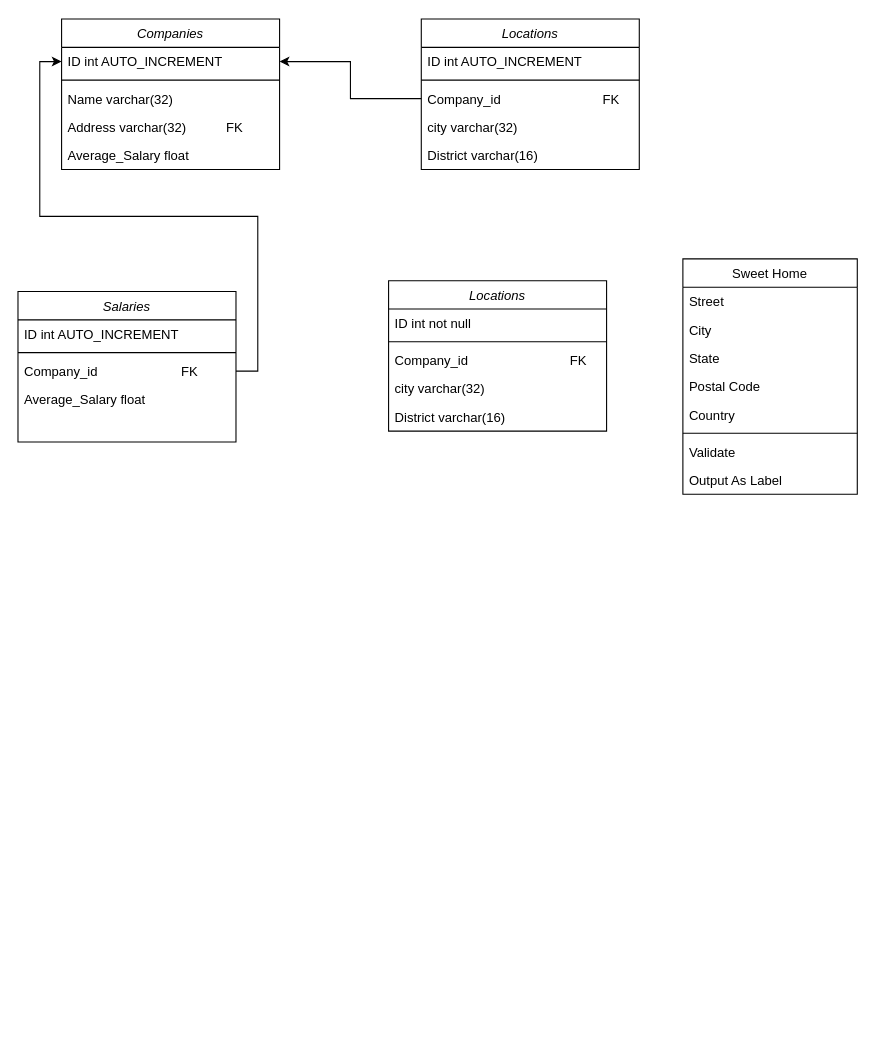
Before: Home Sweet Home.drawio in Jubin-Kang/eda_team_project_hsh, a draw.io diagram. Source tidied: cells renumbered, new cells numbered last; positions are measured from the earlier drawing's top-left corner, leaving out a move shared by most shapes. Both pictures are drawn from the tidied source at 109%, with x=0, y=0 at pixel (17, 19).
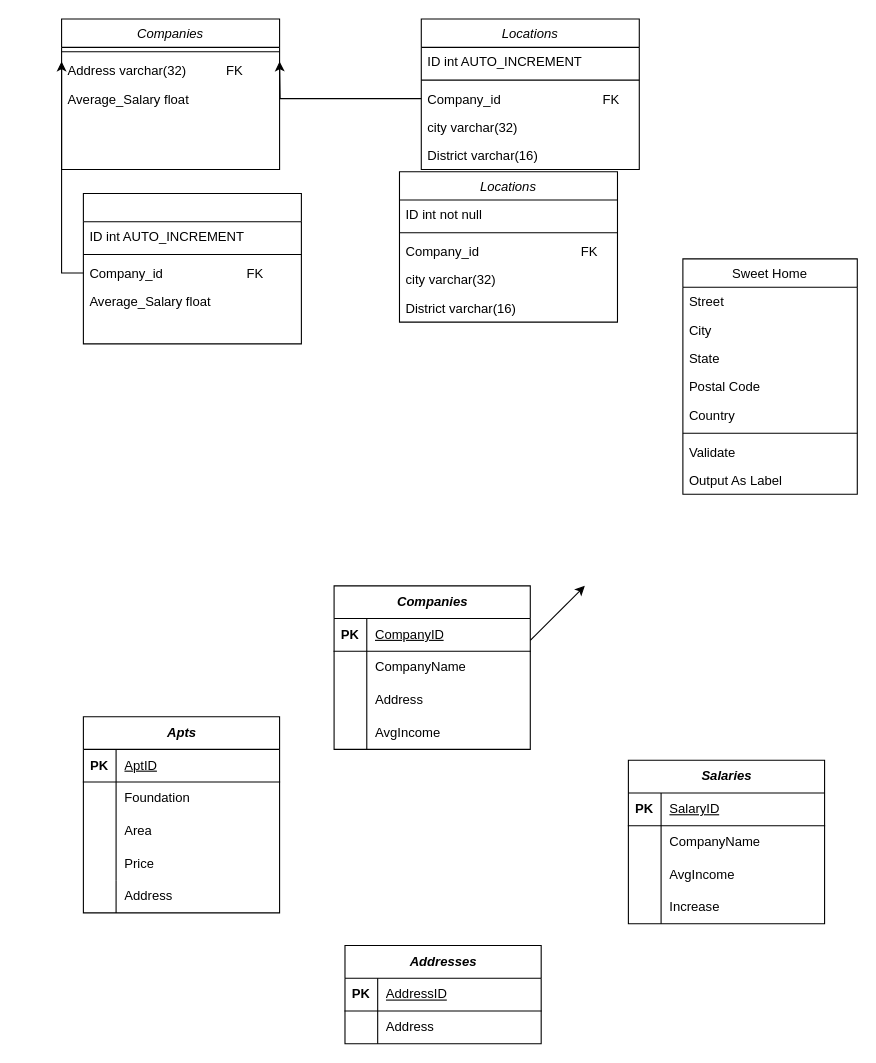
The same diagram, later.

The change refers to these unchanged cells:
```xml
<mxCell id="2" value="Companies" style="swimlane;fontStyle=2;align=center;verticalAlign=top;horizontal=1;startSize=26;rounded=0;shadow=0;strokeWidth=1;flipH=0;" parent="1" vertex="1">
  <mxGeometry x="40" width="200" height="138" as="geometry" />
</mxCell>
<mxCell id="20" value="Company_id                            FK" style="text;align=left;verticalAlign=top;spacingLeft=4;spacingRight=4;overflow=hidden;points=[[0,0.5],[1,0.5]];portConstraint=eastwest;rounded=0;shadow=0;html=0;flipH=0;" parent="17" vertex="1">
  <mxGeometry y="60" width="200" height="26" as="geometry" />
</mxCell>
<mxCell id="26" value="Company_id                       FK" style="text;align=left;verticalAlign=top;spacingLeft=4;spacingRight=4;overflow=hidden;points=[[0,0.5],[1,0.5]];portConstraint=eastwest;rounded=0;shadow=0;html=0;flipH=0;" parent="23" vertex="1">
  <mxGeometry y="60" width="200" height="26" as="geometry" />
</mxCell>
```

Diff of the diagram source:
```diff
@@
-    <mxCell id="3" value="ID int AUTO_INCREMENT" style="text;align=left;verticalAlign=top;spacingLeft=4;spacingRight=4;overflow=hidden;points=[[0,0.5],[1,0.5]];portConstraint=eastwest;" parent="2" vertex="1">
-      <mxGeometry y="26" width="200" height="26" as="geometry" />
-    </mxCell>
     <mxCell id="4" style="line;html=1;strokeWidth=1;align=left;verticalAlign=middle;spacingTop=-1;spacingLeft=3;spacingRight=3;labelPosition=right;" parent="2" vertex="1">
-      <mxGeometry y="52" width="200" height="8" as="geometry" />
+      <mxGeometry y="26" width="200" height="8" as="geometry" />
     </mxCell>
-    <mxCell id="5" value="Name varchar(32)" style="text;align=left;verticalAlign=top;spacingLeft=4;spacingRight=4;overflow=hidden;rounded=0;shadow=0;html=0;flipH=0;" parent="2" vertex="1">
-      <mxGeometry y="60" width="200" height="26" as="geometry" />
-    </mxCell>
     <mxCell id="6" value="Address varchar(32)           FK" style="text;align=left;verticalAlign=top;spacingLeft=4;spacingRight=4;overflow=hidden;rounded=0;shadow=0;html=0;" parent="2" vertex="1">
-      <mxGeometry y="86" width="200" height="26" as="geometry" />
+      <mxGeometry y="34" width="200" height="26" as="geometry" />
     </mxCell>
     <mxCell id="7" value="Average_Salary float" style="text;align=left;verticalAlign=top;spacingLeft=4;spacingRight=4;overflow=hidden;" parent="2" vertex="1">
-      <mxGeometry y="112" width="200" height="26" as="geometry" />
+      <mxGeometry y="60" width="200" height="26" as="geometry" />
     </mxCell>
@@
-    <mxCell id="23" value="Salaries" style="swimlane;fontStyle=2;align=center;verticalAlign=top;horizontal=1;startSize=26;rounded=0;shadow=0;strokeWidth=1;flipH=0;" parent="1" vertex="1">
-      <mxGeometry y="250" width="200" height="138" as="geometry" />
+    <mxCell id="23" style="swimlane;fontStyle=2;align=center;verticalAlign=top;horizontal=1;startSize=26;rounded=0;shadow=0;strokeWidth=1;flipH=0;" parent="1" vertex="1">
+      <mxGeometry x="60" y="160" width="200" height="138" as="geometry" />
     </mxCell>
@@
-    <mxCell id="28" style="edgeStyle=orthogonalEdgeStyle;rounded=0;jettySize=auto;html=1;entryX=0;entryY=0.5;entryDx=0;entryDy=0;" parent="1" edge="1" source="26" target="3">
-      <mxGeometry relative="1" as="geometry" />
+    <mxCell id="28" style="edgeStyle=orthogonalEdgeStyle;rounded=0;jettySize=auto;html=1;entryX=0;entryY=0.5;entryDx=0;entryDy=0;" parent="1" edge="1" source="26">
+      <mxGeometry relative="1" as="geometry">
+        <mxPoint x="40" y="39" as="targetPoint" />
+      </mxGeometry>
     </mxCell>
-    <mxCell id="29" style="edgeStyle=orthogonalEdgeStyle;rounded=0;jettySize=auto;html=1;entryX=1;entryY=0.5;entryDx=0;entryDy=0;" parent="1" edge="1" source="20" target="3">
-      <mxGeometry relative="1" as="geometry" />
+    <mxCell id="29" style="edgeStyle=orthogonalEdgeStyle;rounded=0;jettySize=auto;html=1;entryX=1;entryY=0.5;entryDx=0;entryDy=0;" parent="1" edge="1" source="20">
+      <mxGeometry relative="1" as="geometry">
+        <mxPoint x="240" y="39" as="targetPoint" />
+      </mxGeometry>
     </mxCell>
     <mxCell id="30" value="Locations" style="swimlane;fontStyle=2;align=center;verticalAlign=top;horizontal=1;startSize=26;rounded=0;shadow=0;strokeWidth=1;flipH=0;" parent="1" vertex="1">
-      <mxGeometry x="340" y="240" width="200" height="138" as="geometry" />
+      <mxGeometry x="350" y="140" width="200" height="138" as="geometry" />
     </mxCell>
@@
+    <mxCell id="36" value="&lt;span style=&quot;font-style: italic;&quot;&gt;Companies&lt;/span&gt;" style="shape=table;startSize=30;childLayout=tableLayout;rowLines=0;fontStyle=1;align=center;html=1;" parent="1" vertex="1">
+      <mxGeometry x="290" y="520" width="180" height="150" as="geometry" />
+    </mxCell>
+    <mxCell id="37" style="shape=tableRow;horizontal=0;startSize=0;swimlaneHead=0;swimlaneBody=0;fillColor=none;top=0;left=0;right=0;bottom=1;" parent="36" vertex="1">
+      <mxGeometry y="30" width="180" height="30" as="geometry" />
+    </mxCell>
+    <mxCell id="38" value="PK" style="shape=partialRectangle;fillColor=none;top=0;left=0;bottom=0;right=0;fontStyle=1;overflow=hidden;whiteSpace=wrap;html=1;" parent="37" vertex="1">
+      <mxGeometry width="30" height="30" as="geometry" />
+    </mxCell>
+    <mxCell id="39" value="&lt;span style=&quot;font-weight: 400; text-wrap-mode: nowrap;&quot;&gt;CompanyID&lt;/span&gt;" style="shape=partialRectangle;fillColor=none;top=0;left=0;bottom=0;right=0;align=left;spacingLeft=6;fontStyle=5;overflow=hidden;whiteSpace=wrap;html=1;" parent="37" vertex="1">
+      <mxGeometry x="30" width="150" height="30" as="geometry" />
+    </mxCell>
+    <mxCell id="40" style="shape=tableRow;horizontal=0;startSize=0;swimlaneHead=0;swimlaneBody=0;fillColor=none;top=0;left=0;right=0;bottom=0;" parent="36" vertex="1">
+      <mxGeometry y="60" width="180" height="30" as="geometry" />
+    </mxCell>
+    <mxCell id="41" style="shape=partialRectangle;fillColor=none;top=0;left=0;bottom=0;right=0;overflow=hidden;whiteSpace=wrap;html=1;" parent="40" vertex="1">
+      <mxGeometry width="30" height="30" as="geometry" />
+    </mxCell>
+    <mxCell id="42" value="&lt;span style=&quot;text-wrap-mode: nowrap;&quot;&gt;CompanyName&lt;/span&gt;" style="shape=partialRectangle;fillColor=none;top=0;left=0;bottom=0;right=0;align=left;spacingLeft=6;overflow=hidden;whiteSpace=wrap;html=1;" parent="40" vertex="1">
+      <mxGeometry x="30" width="150" height="30" as="geometry" />
+    </mxCell>
+    <mxCell id="43" style="shape=tableRow;horizontal=0;startSize=0;swimlaneHead=0;swimlaneBody=0;fillColor=none;top=0;left=0;right=0;bottom=0;" parent="36" vertex="1">
+      <mxGeometry y="90" width="180" height="30" as="geometry" />
+    </mxCell>
+    <mxCell id="44" style="shape=partialRectangle;fillColor=none;top=0;left=0;bottom=0;right=0;overflow=hidden;whiteSpace=wrap;html=1;" parent="43" vertex="1">
+      <mxGeometry width="30" height="30" as="geometry" />
+    </mxCell>
+    <mxCell id="45" value="&lt;span style=&quot;text-wrap-mode: nowrap;&quot;&gt;Address&lt;/span&gt;" style="shape=partialRectangle;fillColor=none;top=0;left=0;bottom=0;right=0;align=left;spacingLeft=6;overflow=hidden;whiteSpace=wrap;html=1;" parent="43" vertex="1">
+      <mxGeometry x="30" width="150" height="30" as="geometry" />
+    </mxCell>
+    <mxCell id="46" style="shape=tableRow;horizontal=0;startSize=0;swimlaneHead=0;swimlaneBody=0;fillColor=none;top=0;left=0;right=0;bottom=0;" parent="36" vertex="1">
+      <mxGeometry y="120" width="180" height="30" as="geometry" />
+    </mxCell>
+    <mxCell id="47" style="shape=partialRectangle;fillColor=none;top=0;left=0;bottom=0;right=0;overflow=hidden;whiteSpace=wrap;html=1;" parent="46" vertex="1">
+      <mxGeometry width="30" height="30" as="geometry" />
+    </mxCell>
+    <mxCell id="48" value="AvgIncome&amp;nbsp;" style="shape=partialRectangle;fillColor=none;top=0;left=0;bottom=0;right=0;align=left;spacingLeft=6;overflow=hidden;whiteSpace=wrap;html=1;" parent="46" vertex="1">
+      <mxGeometry x="30" width="150" height="30" as="geometry" />
+    </mxCell>
+    <mxCell id="49" value="&lt;span style=&quot;font-style: italic;&quot;&gt;Salaries&lt;/span&gt;" style="shape=table;startSize=30;childLayout=tableLayout;rowLines=0;fontStyle=1;align=center;html=1;" parent="1" vertex="1">
+      <mxGeometry x="560" y="680" width="180" height="150" as="geometry" />
+    </mxCell>
+    <mxCell id="50" style="shape=tableRow;horizontal=0;startSize=0;swimlaneHead=0;swimlaneBody=0;fillColor=none;top=0;left=0;right=0;bottom=1;" parent="49" vertex="1">
+      <mxGeometry y="30" width="180" height="30" as="geometry" />
+    </mxCell>
+    <mxCell id="51" value="PK" style="shape=partialRectangle;fillColor=none;top=0;left=0;bottom=0;right=0;fontStyle=1;overflow=hidden;whiteSpace=wrap;html=1;" parent="50" vertex="1">
+      <mxGeometry width="30" height="30" as="geometry" />
+    </mxCell>
+    <mxCell id="52" value="&lt;span style=&quot;font-weight: 400; text-wrap-mode: nowrap;&quot;&gt;SalaryID&lt;/span&gt;" style="shape=partialRectangle;fillColor=none;top=0;left=0;bottom=0;right=0;align=left;spacingLeft=6;fontStyle=5;overflow=hidden;whiteSpace=wrap;html=1;" parent="50" vertex="1">
+      <mxGeometry x="30" width="150" height="30" as="geometry" />
+    </mxCell>
+    <mxCell id="53" style="shape=tableRow;horizontal=0;startSize=0;swimlaneHead=0;swimlaneBody=0;fillColor=none;top=0;left=0;right=0;bottom=0;" parent="49" vertex="1">
+      <mxGeometry y="60" width="180" height="30" as="geometry" />
+    </mxCell>
+    <mxCell id="54" style="shape=partialRectangle;fillColor=none;top=0;left=0;bottom=0;right=0;overflow=hidden;whiteSpace=wrap;html=1;" parent="53" vertex="1">
+      <mxGeometry width="30" height="30" as="geometry" />
+    </mxCell>
+    <mxCell id="55" value="&lt;span style=&quot;text-wrap-mode: nowrap;&quot;&gt;CompanyName&lt;/span&gt;" style="shape=partialRectangle;fillColor=none;top=0;left=0;bottom=0;right=0;align=left;spacingLeft=6;overflow=hidden;whiteSpace=wrap;html=1;" parent="53" vertex="1">
+      <mxGeometry x="30" width="150" height="30" as="geometry" />
+    </mxCell>
+    <mxCell id="56" style="shape=tableRow;horizontal=0;startSize=0;swimlaneHead=0;swimlaneBody=0;fillColor=none;top=0;left=0;right=0;bottom=0;" parent="49" vertex="1">
+      <mxGeometry y="90" width="180" height="30" as="geometry" />
+    </mxCell>
+    <mxCell id="57" style="shape=partialRectangle;fillColor=none;top=0;left=0;bottom=0;right=0;overflow=hidden;whiteSpace=wrap;html=1;" parent="56" vertex="1">
+      <mxGeometry width="30" height="30" as="geometry" />
+    </mxCell>
+    <mxCell id="58" value="AvgIncome&amp;nbsp;" style="shape=partialRectangle;fillColor=none;top=0;left=0;bottom=0;right=0;align=left;spacingLeft=6;overflow=hidden;whiteSpace=wrap;html=1;" parent="56" vertex="1">
+      <mxGeometry x="30" width="150" height="30" as="geometry" />
+    </mxCell>
+    <mxCell id="59" style="shape=tableRow;horizontal=0;startSize=0;swimlaneHead=0;swimlaneBody=0;fillColor=none;top=0;left=0;right=0;bottom=0;" parent="49" vertex="1">
+      <mxGeometry y="120" width="180" height="30" as="geometry" />
+    </mxCell>
+    <mxCell id="60" style="shape=partialRectangle;fillColor=none;top=0;left=0;bottom=0;right=0;overflow=hidden;whiteSpace=wrap;html=1;" parent="59" vertex="1">
+      <mxGeometry width="30" height="30" as="geometry" />
+    </mxCell>
+    <mxCell id="61" value="Increase" style="shape=partialRectangle;fillColor=none;top=0;left=0;bottom=0;right=0;align=left;spacingLeft=6;overflow=hidden;whiteSpace=wrap;html=1;" parent="59" vertex="1">
+      <mxGeometry x="30" width="150" height="30" as="geometry" />
+    </mxCell>
+    <mxCell id="62" value="&lt;span style=&quot;font-style: italic;&quot;&gt;Addresses&lt;/span&gt;" style="shape=table;startSize=30;childLayout=tableLayout;rowLines=0;fontStyle=1;align=center;html=1;" parent="1" vertex="1">
+      <mxGeometry x="300" y="850" width="180" height="90" as="geometry" />
+    </mxCell>
+    <mxCell id="63" style="shape=tableRow;horizontal=0;startSize=0;swimlaneHead=0;swimlaneBody=0;fillColor=none;top=0;left=0;right=0;bottom=1;" parent="62" vertex="1">
+      <mxGeometry y="30" width="180" height="30" as="geometry" />
+    </mxCell>
+    <mxCell id="64" value="PK" style="shape=partialRectangle;fillColor=none;top=0;left=0;bottom=0;right=0;fontStyle=1;overflow=hidden;whiteSpace=wrap;html=1;" parent="63" vertex="1">
+      <mxGeometry width="30" height="30" as="geometry" />
+    </mxCell>
+    <mxCell id="65" value="&lt;span style=&quot;font-weight: 400; text-wrap-mode: nowrap;&quot;&gt;AddressID&lt;/span&gt;" style="shape=partialRectangle;fillColor=none;top=0;left=0;bottom=0;right=0;align=left;spacingLeft=6;fontStyle=5;overflow=hidden;whiteSpace=wrap;html=1;" parent="63" vertex="1">
+      <mxGeometry x="30" width="150" height="30" as="geometry" />
+    </mxCell>
+    <mxCell id="66" style="shape=tableRow;horizontal=0;startSize=0;swimlaneHead=0;swimlaneBody=0;fillColor=none;top=0;left=0;right=0;bottom=0;" parent="62" vertex="1">
+      <mxGeometry y="60" width="180" height="30" as="geometry" />
+    </mxCell>
+    <mxCell id="67" style="shape=partialRectangle;fillColor=none;top=0;left=0;bottom=0;right=0;overflow=hidden;whiteSpace=wrap;html=1;" parent="66" vertex="1">
+      <mxGeometry width="30" height="30" as="geometry" />
+    </mxCell>
+    <mxCell id="68" value="&lt;span style=&quot;text-wrap-mode: nowrap;&quot;&gt;Address&amp;nbsp;&lt;/span&gt;" style="shape=partialRectangle;fillColor=none;top=0;left=0;bottom=0;right=0;align=left;spacingLeft=6;overflow=hidden;whiteSpace=wrap;html=1;" parent="66" vertex="1">
+      <mxGeometry x="30" width="150" height="30" as="geometry" />
+    </mxCell>
+    <mxCell id="69" value="&lt;span style=&quot;font-style: italic;&quot;&gt;Apts&lt;/span&gt;" style="shape=table;startSize=30;childLayout=tableLayout;rowLines=0;fontStyle=1;align=center;html=1;" parent="1" vertex="1">
+      <mxGeometry x="60" y="640" width="180" height="180" as="geometry" />
+    </mxCell>
+    <mxCell id="70" style="shape=tableRow;horizontal=0;startSize=0;swimlaneHead=0;swimlaneBody=0;fillColor=none;top=0;left=0;right=0;bottom=1;" parent="69" vertex="1">
+      <mxGeometry y="30" width="180" height="30" as="geometry" />
+    </mxCell>
+    <mxCell id="71" value="PK" style="shape=partialRectangle;fillColor=none;top=0;left=0;bottom=0;right=0;fontStyle=1;overflow=hidden;whiteSpace=wrap;html=1;" parent="70" vertex="1">
+      <mxGeometry width="30" height="30" as="geometry" />
+    </mxCell>
+    <mxCell id="72" value="&lt;span style=&quot;font-weight: 400; text-wrap-mode: nowrap;&quot;&gt;AptID&lt;/span&gt;" style="shape=partialRectangle;fillColor=none;top=0;left=0;bottom=0;right=0;align=left;spacingLeft=6;fontStyle=5;overflow=hidden;whiteSpace=wrap;html=1;" parent="70" vertex="1">
+      <mxGeometry x="30" width="150" height="30" as="geometry" />
+    </mxCell>
+    <mxCell id="73" style="shape=tableRow;horizontal=0;startSize=0;swimlaneHead=0;swimlaneBody=0;fillColor=none;top=0;left=0;right=0;bottom=0;" parent="69" vertex="1">
+      <mxGeometry y="60" width="180" height="30" as="geometry" />
+    </mxCell>
+    <mxCell id="74" style="shape=partialRectangle;fillColor=none;top=0;left=0;bottom=0;right=0;overflow=hidden;whiteSpace=wrap;html=1;" parent="73" vertex="1">
+      <mxGeometry width="30" height="30" as="geometry" />
+    </mxCell>
+    <mxCell id="75" value="&lt;span style=&quot;text-wrap-mode: nowrap;&quot;&gt;Foundation&amp;nbsp;&lt;/span&gt;" style="shape=partialRectangle;fillColor=none;top=0;left=0;bottom=0;right=0;align=left;spacingLeft=6;overflow=hidden;whiteSpace=wrap;html=1;" parent="73" vertex="1">
+      <mxGeometry x="30" width="150" height="30" as="geometry" />
+    </mxCell>
+    <mxCell id="76" style="shape=tableRow;horizontal=0;startSize=0;swimlaneHead=0;swimlaneBody=0;fillColor=none;top=0;left=0;right=0;bottom=0;" parent="69" vertex="1">
+      <mxGeometry y="90" width="180" height="30" as="geometry" />
+    </mxCell>
+    <mxCell id="77" style="shape=partialRectangle;fillColor=none;top=0;left=0;bottom=0;right=0;overflow=hidden;whiteSpace=wrap;html=1;" parent="76" vertex="1">
+      <mxGeometry width="30" height="30" as="geometry" />
+    </mxCell>
+    <mxCell id="78" value="Area" style="shape=partialRectangle;fillColor=none;top=0;left=0;bottom=0;right=0;align=left;spacingLeft=6;overflow=hidden;whiteSpace=wrap;html=1;" parent="76" vertex="1">
+      <mxGeometry x="30" width="150" height="30" as="geometry" />
+    </mxCell>
+    <mxCell id="79" style="shape=tableRow;horizontal=0;startSize=0;swimlaneHead=0;swimlaneBody=0;fillColor=none;top=0;left=0;right=0;bottom=0;" parent="69" vertex="1">
+      <mxGeometry y="120" width="180" height="30" as="geometry" />
+    </mxCell>
+    <mxCell id="80" style="shape=partialRectangle;fillColor=none;top=0;left=0;bottom=0;right=0;overflow=hidden;whiteSpace=wrap;html=1;" parent="79" vertex="1">
+      <mxGeometry width="30" height="30" as="geometry" />
+    </mxCell>
+    <mxCell id="81" value="Price" style="shape=partialRectangle;fillColor=none;top=0;left=0;bottom=0;right=0;align=left;spacingLeft=6;overflow=hidden;whiteSpace=wrap;html=1;" parent="79" vertex="1">
+      <mxGeometry x="30" width="150" height="30" as="geometry" />
+    </mxCell>
+    <mxCell id="82" style="shape=tableRow;horizontal=0;startSize=30;swimlaneHead=0;swimlaneBody=0;fillColor=none;top=0;left=0;right=0;bottom=0;" parent="1" vertex="1">
+      <mxGeometry x="60" y="790" width="180" height="30" as="geometry" />
+    </mxCell>
+    <mxCell id="83" style="shape=partialRectangle;fillColor=none;top=0;left=0;bottom=0;right=0;overflow=hidden;whiteSpace=wrap;html=1;" parent="82" vertex="1">
+      <mxGeometry width="30" height="30" as="geometry" />
+    </mxCell>
+    <mxCell id="84" value="&lt;span style=&quot;text-wrap-mode: nowrap;&quot;&gt;Address&lt;/span&gt;" style="shape=partialRectangle;fillColor=none;top=0;left=0;bottom=0;right=0;align=left;spacingLeft=6;overflow=hidden;whiteSpace=wrap;html=1;" parent="82" vertex="1">
+      <mxGeometry x="30" width="150" height="30" as="geometry" />
+    </mxCell>
+    <mxCell id="85" style="endArrow=classic;html=1;rounded=0;" parent="1" edge="1">
+      <mxGeometry relative="1" as="geometry">
+        <mxPoint x="470" y="570" as="sourcePoint" />
+        <mxPoint x="520" y="520" as="targetPoint" />
+      </mxGeometry>
+    </mxCell>
```
